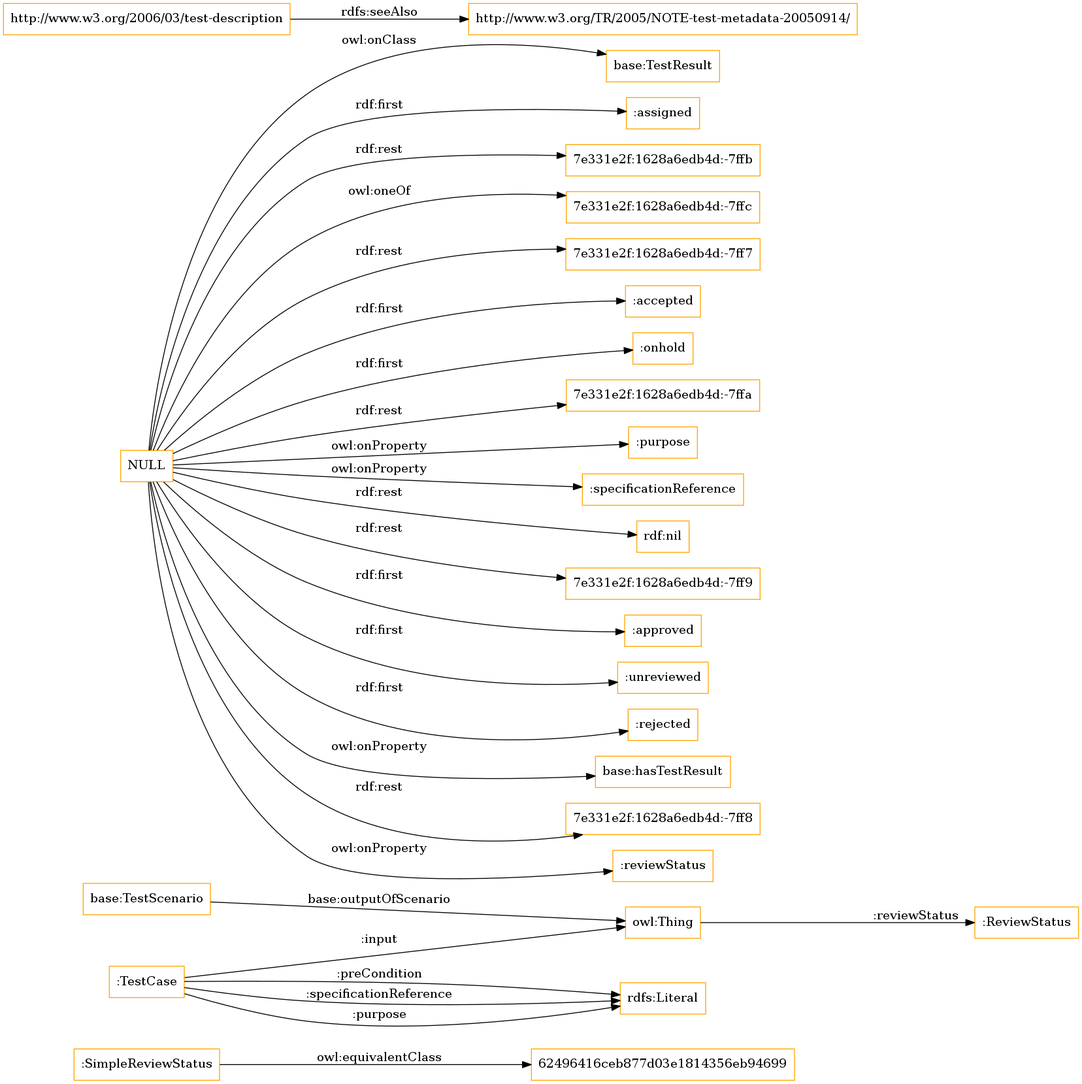
This is OnToology/ontology/verification-test-description.ttl/diagrams/ar2dtool-class/verification-test-description.ttl.png from albaizq/test-verification-ontology, a Graphviz export, as it was before one commit. Its source is kept beside it as OnToology/ontology/verification-test-description.ttl/diagrams/ar2dtool-class/verification-test-description.ttl.png.dot. Source of this version:
```dot
digraph ar2dtool_diagram {
rankdir=LR;
size="1501"
node [shape = rectangle, color="orange"]; "62496416ceb877d03e1814356eb94699" ":ReviewStatus" ":SimpleReviewStatus" "base:TestResult" "base:TestScenario" ":TestCase" ; /*classes style*/
	"http://www.w3.org/2006/03/test-description" -> "http://www.w3.org/TR/2005/NOTE-test-metadata-20050914/" [ label = "rdfs:seeAlso" ];
	":SimpleReviewStatus" -> "62496416ceb877d03e1814356eb94699" [ label = "owl:equivalentClass" ];
	"NULL" -> "base:TestResult" [ label = "owl:onClass" ];
	"NULL" -> ":assigned" [ label = "rdf:first" ];
	"NULL" -> "7e331e2f:1628a6edb4d:-7ffb" [ label = "rdf:rest" ];
	"NULL" -> "7e331e2f:1628a6edb4d:-7ffc" [ label = "owl:oneOf" ];
	"NULL" -> "7e331e2f:1628a6edb4d:-7ff7" [ label = "rdf:rest" ];
	"NULL" -> ":accepted" [ label = "rdf:first" ];
	"NULL" -> ":onhold" [ label = "rdf:first" ];
	"NULL" -> "7e331e2f:1628a6edb4d:-7ffa" [ label = "rdf:rest" ];
	"NULL" -> ":purpose" [ label = "owl:onProperty" ];
	"NULL" -> ":specificationReference" [ label = "owl:onProperty" ];
	"NULL" -> "rdf:nil" [ label = "rdf:rest" ];
	"NULL" -> "7e331e2f:1628a6edb4d:-7ff9" [ label = "rdf:rest" ];
	"NULL" -> ":approved" [ label = "rdf:first" ];
	"NULL" -> ":unreviewed" [ label = "rdf:first" ];
	"NULL" -> ":rejected" [ label = "rdf:first" ];
	"NULL" -> "base:hasTestResult" [ label = "owl:onProperty" ];
	"NULL" -> "7e331e2f:1628a6edb4d:-7ff8" [ label = "rdf:rest" ];
	"NULL" -> ":reviewStatus" [ label = "owl:onProperty" ];
	"base:TestScenario" -> "owl:Thing" [ label = "base:outputOfScenario" ];
	":TestCase" -> "owl:Thing" [ label = ":input" ];
	":TestCase" -> "rdfs:Literal" [ label = ":preCondition" ];
	":TestCase" -> "rdfs:Literal" [ label = ":specificationReference" ];
	":TestCase" -> "rdfs:Literal" [ label = ":purpose" ];
	"owl:Thing" -> ":ReviewStatus" [ label = ":reviewStatus" ];

}
```
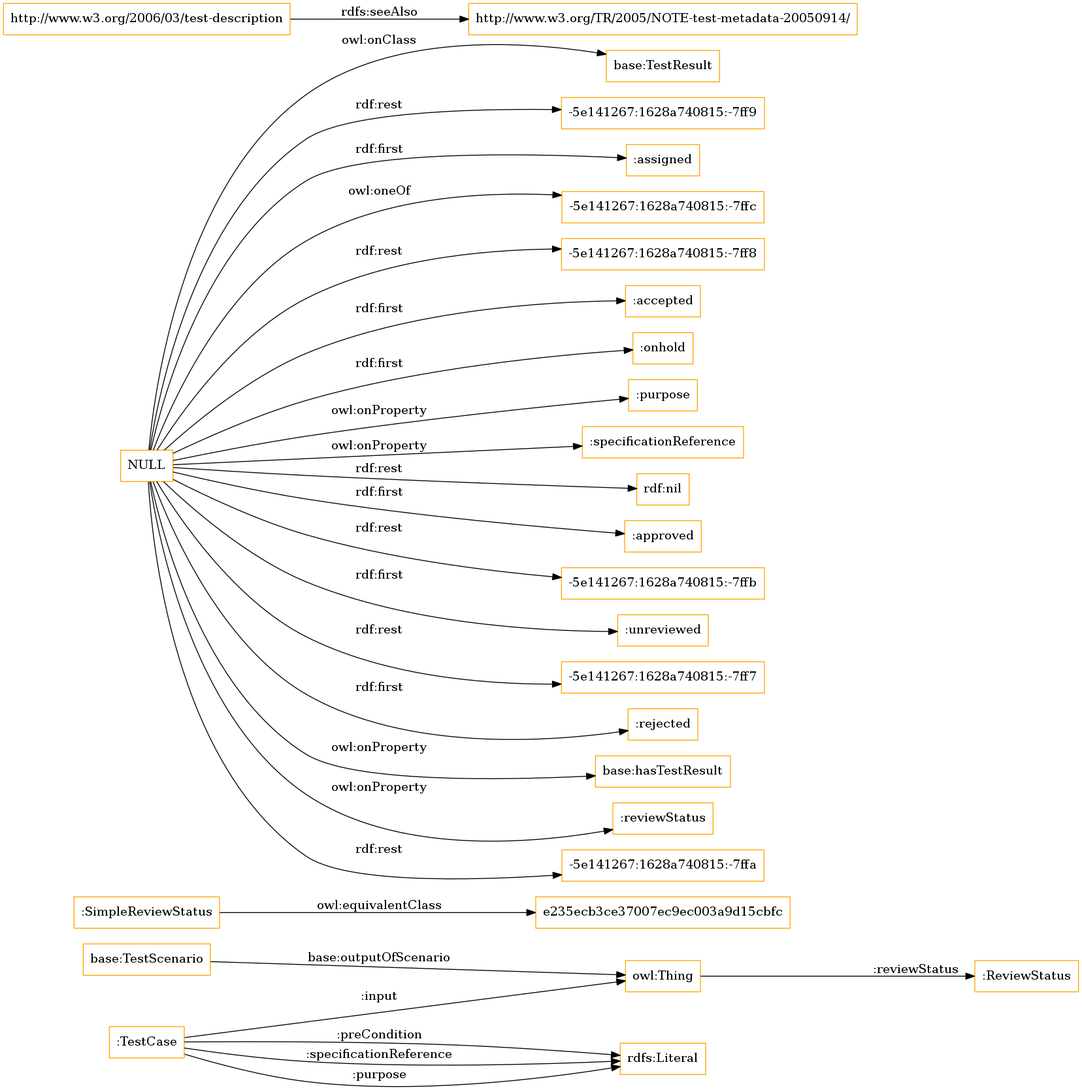
Later version of the same file.

What changed in the source:
```diff
@@ -1,27 +1,27 @@
 digraph ar2dtool_diagram {
 rankdir=LR;
 size="1501"
-node [shape = rectangle, color="orange"]; "62496416ceb877d03e1814356eb94699" ":ReviewStatus" ":SimpleReviewStatus" "base:TestResult" "base:TestScenario" ":TestCase" ; /*classes style*/
+node [shape = rectangle, color="orange"]; ":ReviewStatus" ":SimpleReviewStatus" "e235ecb3ce37007ec9ec003a9d15cbfc" "base:TestResult" "base:TestScenario" ":TestCase" ; /*classes style*/
 	"http://www.w3.org/2006/03/test-description" -> "http://www.w3.org/TR/2005/NOTE-test-metadata-20050914/" [ label = "rdfs:seeAlso" ];
-	":SimpleReviewStatus" -> "62496416ceb877d03e1814356eb94699" [ label = "owl:equivalentClass" ];
+	":SimpleReviewStatus" -> "e235ecb3ce37007ec9ec003a9d15cbfc" [ label = "owl:equivalentClass" ];
 	"NULL" -> "base:TestResult" [ label = "owl:onClass" ];
+	"NULL" -> "-5e141267:1628a740815:-7ff9" [ label = "rdf:rest" ];
 	"NULL" -> ":assigned" [ label = "rdf:first" ];
-	"NULL" -> "7e331e2f:1628a6edb4d:-7ffb" [ label = "rdf:rest" ];
-	"NULL" -> "7e331e2f:1628a6edb4d:-7ffc" [ label = "owl:oneOf" ];
-	"NULL" -> "7e331e2f:1628a6edb4d:-7ff7" [ label = "rdf:rest" ];
+	"NULL" -> "-5e141267:1628a740815:-7ffc" [ label = "owl:oneOf" ];
+	"NULL" -> "-5e141267:1628a740815:-7ff8" [ label = "rdf:rest" ];
 	"NULL" -> ":accepted" [ label = "rdf:first" ];
 	"NULL" -> ":onhold" [ label = "rdf:first" ];
-	"NULL" -> "7e331e2f:1628a6edb4d:-7ffa" [ label = "rdf:rest" ];
 	"NULL" -> ":purpose" [ label = "owl:onProperty" ];
 	"NULL" -> ":specificationReference" [ label = "owl:onProperty" ];
 	"NULL" -> "rdf:nil" [ label = "rdf:rest" ];
-	"NULL" -> "7e331e2f:1628a6edb4d:-7ff9" [ label = "rdf:rest" ];
 	"NULL" -> ":approved" [ label = "rdf:first" ];
+	"NULL" -> "-5e141267:1628a740815:-7ffb" [ label = "rdf:rest" ];
 	"NULL" -> ":unreviewed" [ label = "rdf:first" ];
+	"NULL" -> "-5e141267:1628a740815:-7ff7" [ label = "rdf:rest" ];
 	"NULL" -> ":rejected" [ label = "rdf:first" ];
 	"NULL" -> "base:hasTestResult" [ label = "owl:onProperty" ];
-	"NULL" -> "7e331e2f:1628a6edb4d:-7ff8" [ label = "rdf:rest" ];
 	"NULL" -> ":reviewStatus" [ label = "owl:onProperty" ];
+	"NULL" -> "-5e141267:1628a740815:-7ffa" [ label = "rdf:rest" ];
 	"base:TestScenario" -> "owl:Thing" [ label = "base:outputOfScenario" ];
 	":TestCase" -> "owl:Thing" [ label = ":input" ];
 	":TestCase" -> "rdfs:Literal" [ label = ":preCondition" ];
```
